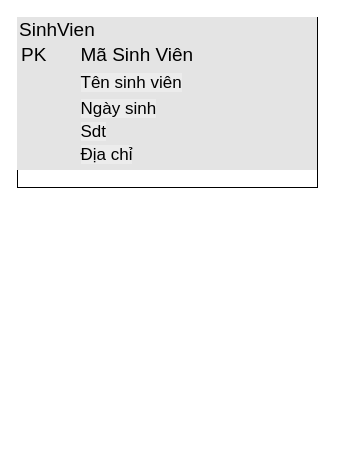
The draw.io diagram MD2_SS1_BT1.drawio in mainguyen21012002-code/MD2_Database, before the edit. Source tidied: cells renumbered, new cells numbered last; positions are measured from the earlier drawing's top-left corner, leaving out a move shared by most shapes. Both pictures are drawn from the tidied source at 100%, with x=0, y=0 at pixel (17, 17).
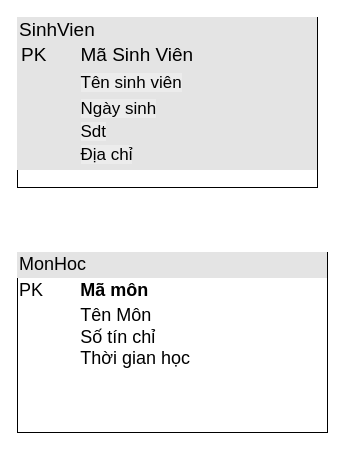
After the change.

Commit message:
Cập nhật MD2_SS1_BT1.drawio

The edit, as a diff of the source:
```diff
@@
 <mxGraphModel>
   <root>
     <mxCell id="0" />
     <mxCell id="1" parent="0" />
     <mxCell id="2" value="&lt;div style=&quot;box-sizing: border-box; width: 100%; background: rgb(228, 228, 228); padding: 2px;&quot;&gt;SinhVien&lt;table cellpadding=&quot;2&quot; cellspacing=&quot;0&quot; style=&quot;background-color: transparent; color: light-dark(#000000, var(--ge-light-color, #ffffff)); font-size: 1em; width: 100%;&quot;&gt;&lt;tbody&gt;&lt;tr&gt;&lt;td&gt;PK&lt;/td&gt;&lt;td&gt;Mã Sinh Viên&lt;/td&gt;&lt;/tr&gt;&lt;tr&gt;&lt;td&gt;&lt;br&gt;&lt;/td&gt;&lt;td&gt;&lt;span style=&quot;font-size: 17px; background-color: rgb(236, 236, 236);&quot;&gt;Tên sinh viên&lt;/span&gt;&lt;/td&gt;&lt;/tr&gt;&lt;tr&gt;&lt;td&gt;&lt;/td&gt;&lt;td&gt;&lt;span style=&quot;font-size: 17px; background-color: rgb(236, 236, 236);&quot;&gt;Ngày sinh&lt;br&gt;Sdt&lt;br&gt;Địa chỉ&lt;/span&gt;&lt;/td&gt;&lt;/tr&gt;&lt;/tbody&gt;&lt;/table&gt;&lt;/div&gt;" style="verticalAlign=top;align=left;overflow=fill;html=1;whiteSpace=wrap;fontSize=19;" parent="1" vertex="1">
       <mxGeometry width="300" height="170" as="geometry" />
     </mxCell>
+    <mxCell id="3" value="&lt;div style=&quot;box-sizing: border-box; width: 100%; background: rgb(228, 228, 228); padding: 2px;&quot;&gt;&lt;font style=&quot;font-size: 18px;&quot;&gt;MonHoc&lt;/font&gt;&lt;/div&gt;&lt;table style=&quot;width: 100%;&quot; cellpadding=&quot;2&quot; cellspacing=&quot;0&quot;&gt;&lt;tbody&gt;&lt;tr&gt;&lt;td&gt;&lt;font style=&quot;font-size: 18px;&quot;&gt;PK&lt;/font&gt;&lt;/td&gt;&lt;td&gt;&lt;font style=&quot;font-size: 18px;&quot;&gt;&lt;b&gt;Mã môn&lt;/b&gt;&lt;/font&gt;&lt;/td&gt;&lt;/tr&gt;&lt;tr&gt;&lt;td&gt;&lt;br&gt;&lt;/td&gt;&lt;td&gt;&lt;font style=&quot;font-size: 18px;&quot;&gt;Tên Môn&lt;br&gt;Số tín chỉ&lt;br&gt;Thời gian học&lt;/font&gt;&lt;/td&gt;&lt;/tr&gt;&lt;tr&gt;&lt;td&gt;&lt;/td&gt;&lt;td&gt;&lt;br&gt;&lt;/td&gt;&lt;/tr&gt;&lt;/tbody&gt;&lt;/table&gt;" style="verticalAlign=top;align=left;overflow=fill;html=1;whiteSpace=wrap;" parent="1" vertex="1">
+      <mxGeometry y="235" width="310" height="180" as="geometry" />
+    </mxCell>
   </root>
 </mxGraphModel>
```
